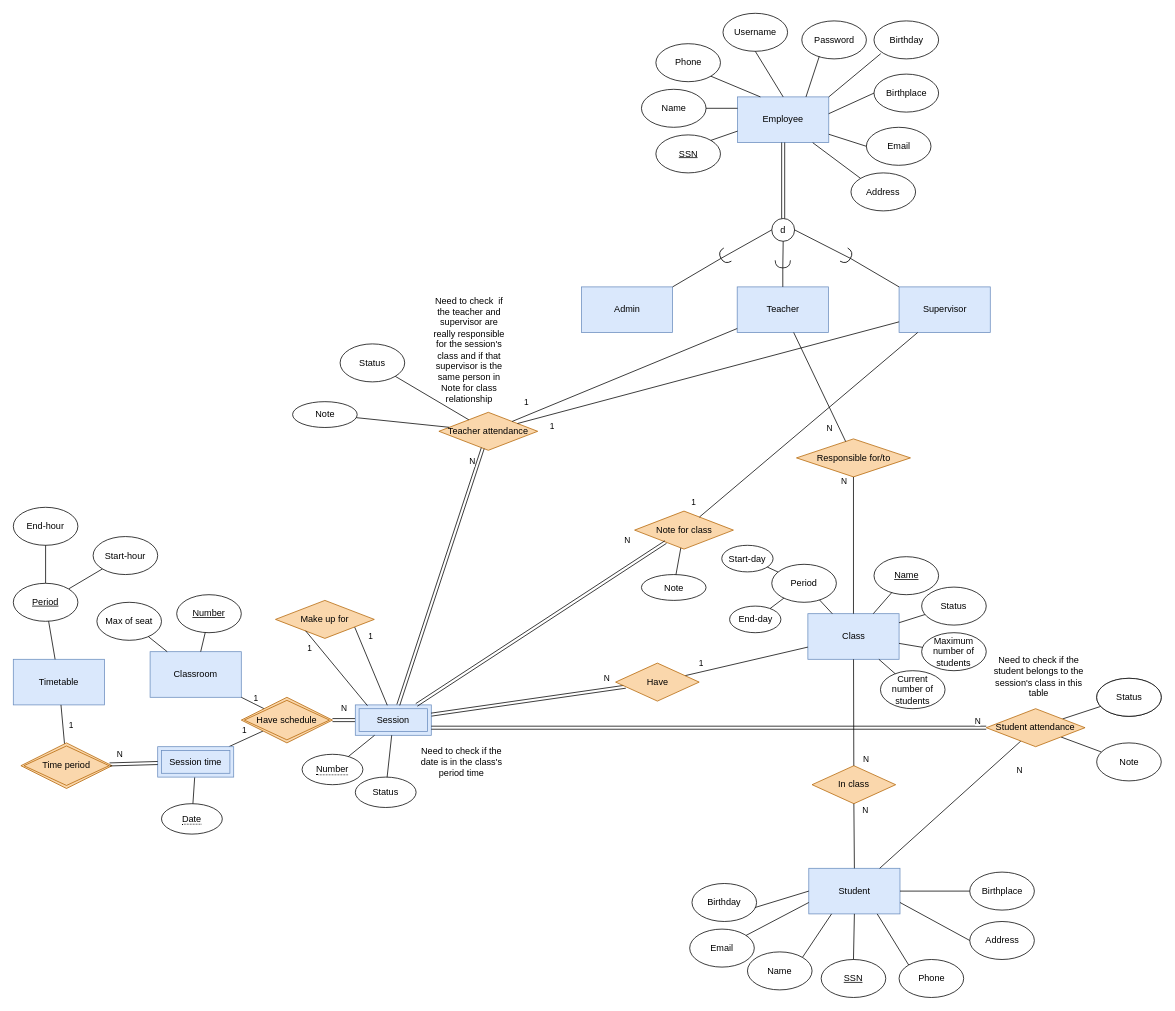
Earlier version of the draw.io diagram page "Main" (1 of 3) of Week 3/ERD.drawio (astr0tas/English-Center-Attendance-Check). Source tidied: cells renumbered, new cells numbered last; positions are measured from the earlier drawing's top-left corner, leaving out a move shared by most shapes. Both pictures are drawn from the tidied source at 76%, with x=0, y=0 at pixel (13, 13).
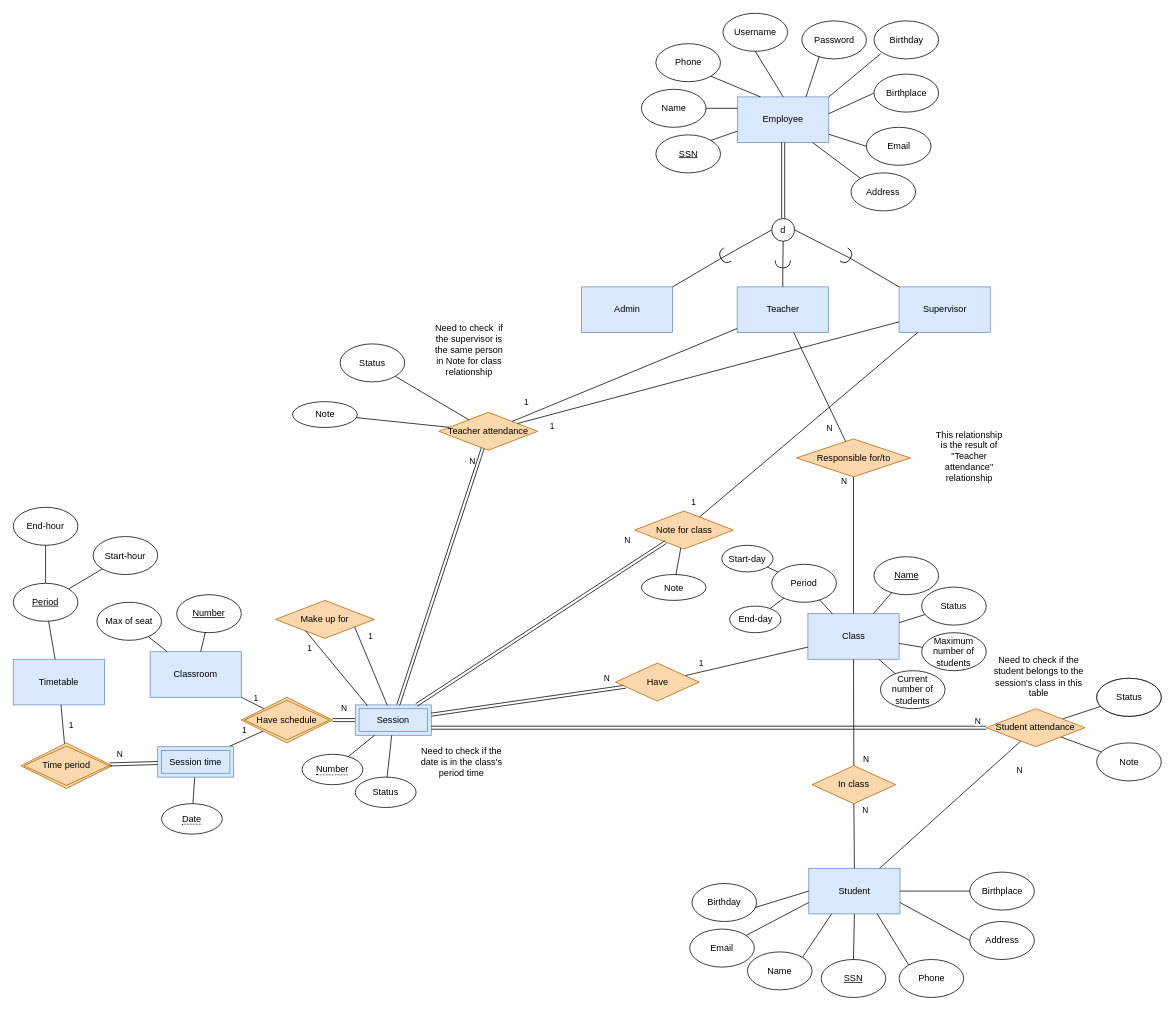
Above is the later version.

Change to the diagram source:
```diff
@@
-    <mxCell id="121" value="Need to check&amp;nbsp; if the teacher and supervisor are really responsible for the session's class and if that supervisor is the same person in Note for class relationship" style="text;html=1;strokeColor=none;fillColor=none;align=center;verticalAlign=middle;whiteSpace=wrap;rounded=0;" parent="1" vertex="1">
+    <mxCell id="121" value="Need to check&amp;nbsp; if the supervisor is the same person in Note for class relationship" style="text;html=1;strokeColor=none;fillColor=none;align=center;verticalAlign=middle;whiteSpace=wrap;rounded=0;" parent="1" vertex="1">
       <mxGeometry x="550" y="420" width="100" height="45" as="geometry" />
     </mxCell>
@@
+    <mxCell id="141" value="This relationship is the result of &quot;Teacher attendance&quot; relationship" style="text;html=1;strokeColor=none;fillColor=none;align=center;verticalAlign=middle;whiteSpace=wrap;rounded=0;" parent="1" vertex="1">
+      <mxGeometry x="1207.5" y="560" width="100" height="45" as="geometry" />
+    </mxCell>
```
